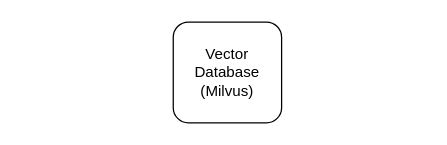
This is Untitled Diagram.drawio from mrzen33/DBED-Practical-4, a draw.io file, before an edit. Source tidied: cells renumbered, new cells numbered last; positions are measured from the earlier drawing's top-left corner, leaving out a move shared by most shapes. Both pictures are drawn from the tidied source at 126%, with x=0, y=0 at pixel (173, 21).
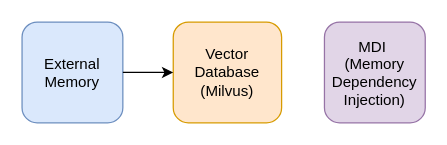
The same page after the edit.

The edit, as a diff of the source:
```diff
@@
 <mxGraphModel>
   <root>
     <mxCell id="0" />
     <mxCell id="1" parent="0" />
-    <mxCell id="2" value="Vector Database (&lt;span style=&quot;text-align: start; background-color: transparent; color: light-dark(rgb(0, 0, 0), rgb(255, 255, 255));&quot;&gt;Milvus)&lt;/span&gt;" style="rounded=1;whiteSpace=wrap;html=1;" parent="1" vertex="1">
+    <mxCell id="2" value="Vector Database (&lt;span style=&quot;text-align: start; background-color: transparent; color: light-dark(rgb(0, 0, 0), rgb(255, 255, 255));&quot;&gt;Milvus)&lt;/span&gt;" style="rounded=1;whiteSpace=wrap;html=1;fillColor=#ffe6cc;strokeColor=#d79b00;" parent="1" vertex="1">
       <mxGeometry width="86" height="80" as="geometry" />
     </mxCell>
+    <mxCell id="3" value="&lt;p class=&quot;p1&quot; style=&quot;margin: 0px; font-variant-numeric: normal; font-variant-east-asian: normal; font-variant-alternates: normal; font-size-adjust: none; font-language-override: normal; font-kerning: auto; font-optical-sizing: auto; font-feature-settings: normal; font-variation-settings: normal; font-variant-position: normal; font-variant-emoji: normal; font-stretch: normal; line-height: normal;&quot;&gt;External Memory&lt;/p&gt;" style="rounded=1;whiteSpace=wrap;html=1;align=center;fillColor=#dae8fc;strokeColor=#6c8ebf;" parent="1" vertex="1">
+      <mxGeometry x="-120" width="80" height="80" as="geometry" />
+    </mxCell>
+    <mxCell id="4" style="endArrow=classic;html=1;rounded=0;exitX=1;exitY=0.5;exitDx=0;exitDy=0;entryX=0;entryY=0.5;entryDx=0;entryDy=0;" parent="1" edge="1" source="3" target="2">
+      <mxGeometry relative="1" as="geometry" />
+    </mxCell>
+    <mxCell id="5" value="&lt;p class=&quot;p1&quot; style=&quot;margin: 0px; font-variant-numeric: normal; font-variant-east-asian: normal; font-variant-alternates: normal; font-size-adjust: none; font-language-override: normal; font-kerning: auto; font-optical-sizing: auto; font-feature-settings: normal; font-variation-settings: normal; font-variant-position: normal; font-variant-emoji: normal; font-stretch: normal; line-height: normal;&quot;&gt;MDI&amp;nbsp;&lt;/p&gt;&lt;p class=&quot;p1&quot; style=&quot;margin: 0px; font-variant-numeric: normal; font-variant-east-asian: normal; font-variant-alternates: normal; font-size-adjust: none; font-language-override: normal; font-kerning: auto; font-optical-sizing: auto; font-feature-settings: normal; font-variation-settings: normal; font-variant-position: normal; font-variant-emoji: normal; font-stretch: normal; line-height: normal;&quot;&gt;(Memory Dependency Injection)&lt;/p&gt;" style="rounded=1;whiteSpace=wrap;html=1;align=center;fillColor=#e1d5e7;strokeColor=#9673a6;" parent="1" vertex="1">
+      <mxGeometry x="120" width="80" height="80" as="geometry" />
+    </mxCell>
   </root>
 </mxGraphModel>
```
